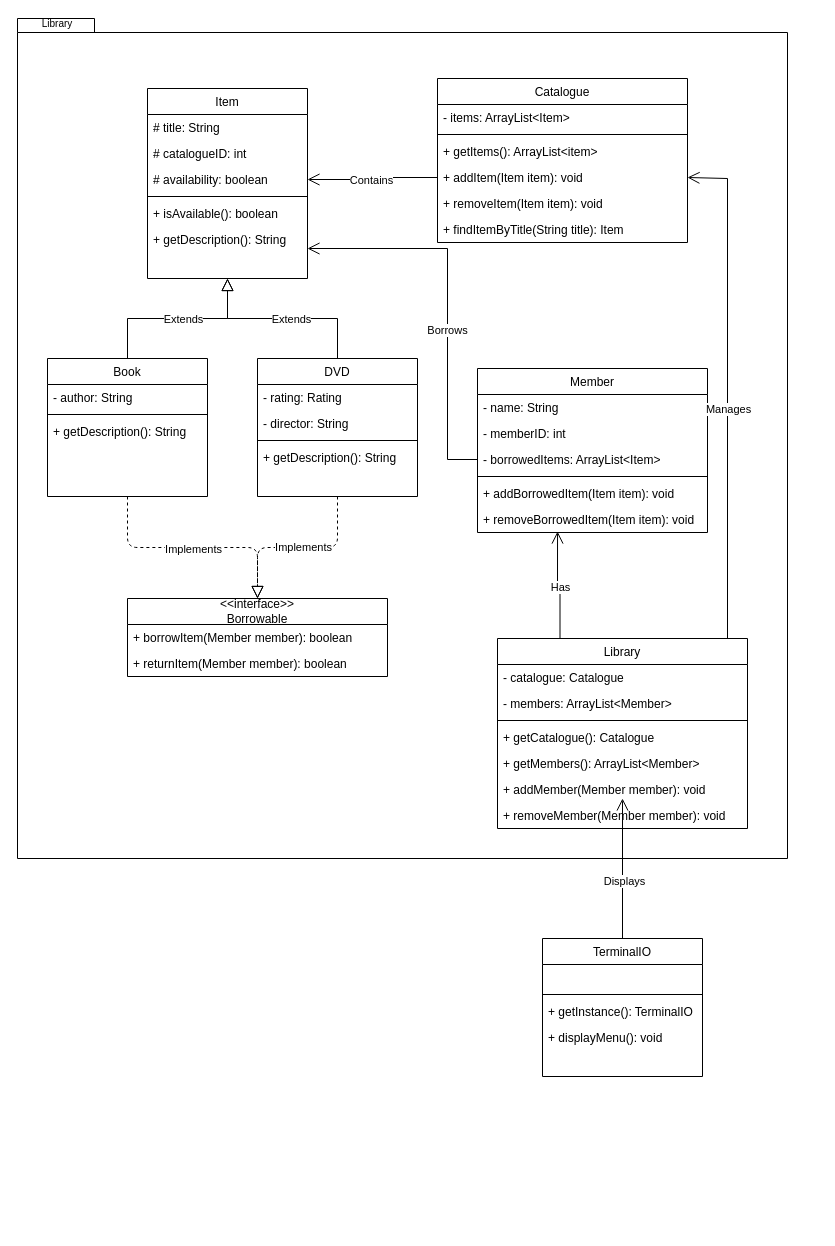
This is Documentation/class_diagram.drawio from josiahschuller/integradev-task, a draw.io file, before an edit. Source tidied: cells renumbered, new cells numbered last; positions are measured from the earlier drawing's top-left corner, leaving out a move shared by most shapes. Both pictures are drawn from the tidied source at 100%, with x=0, y=0 at pixel (17, 18).
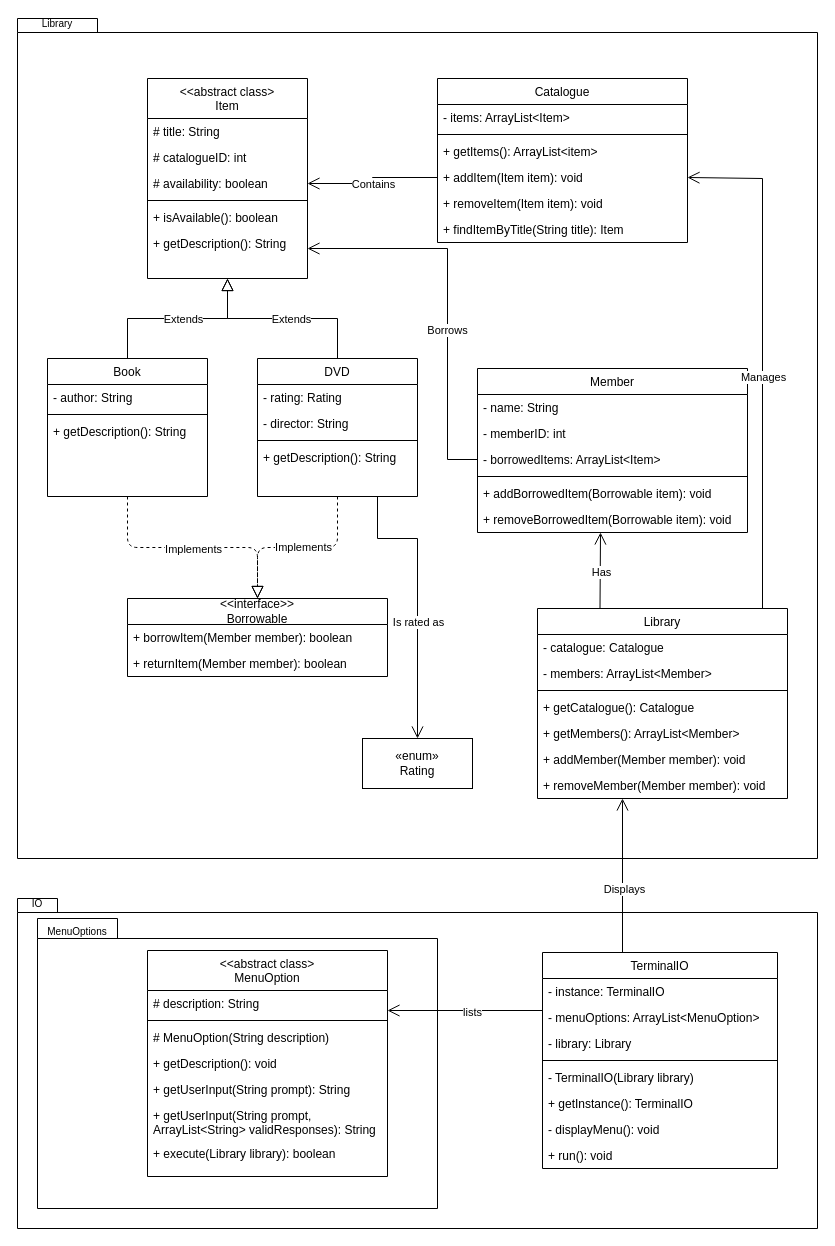
After the change.

Unchanged cells that the change refers to:
```xml
<mxCell id="20" value="DVD" style="swimlane;fontStyle=0;align=center;verticalAlign=top;horizontal=1;startSize=26;rounded=0;shadow=0;strokeWidth=1;" parent="1" vertex="1">
  <mxGeometry x="240" y="340" width="160" height="138" as="geometry" />
</mxCell>
<mxCell id="34" value="+ addItem(Item item): void" style="text;align=left;verticalAlign=top;spacingLeft=4;spacingRight=4;overflow=hidden;points=[[0,0.5],[1,0.5]];portConstraint=eastwest;fontStyle=0;" parent="30" vertex="1">
  <mxGeometry y="86" width="250" height="26" as="geometry" />
</mxCell>
```

Change to the diagram source:
```diff
@@
+    <mxCell id="68" style="shape=folder;fontStyle=1;spacingTop=10;tabWidth=40;tabHeight=14;tabPosition=left;html=1;whiteSpace=wrap;" parent="1" vertex="1">
+      <mxGeometry y="880" width="800" height="330" as="geometry" />
+    </mxCell>
+    <mxCell id="69" style="shape=folder;fontStyle=1;spacingTop=10;tabWidth=80;tabHeight=20;tabPosition=left;html=1;whiteSpace=wrap;" parent="1" vertex="1">
+      <mxGeometry x="20" y="900" width="400" height="290" as="geometry" />
+    </mxCell>
     <mxCell id="2" style="shape=folder;fontStyle=1;spacingTop=10;tabWidth=40;tabHeight=14;tabPosition=left;html=1;whiteSpace=wrap;" parent="1" vertex="1">
-      <mxGeometry width="770" height="840" as="geometry" />
+      <mxGeometry width="800" height="840" as="geometry" />
     </mxCell>
-    <mxCell id="3" value="Item" style="swimlane;fontStyle=0;align=center;verticalAlign=top;horizontal=1;startSize=26;rounded=0;shadow=0;strokeWidth=1;" parent="1" vertex="1">
-      <mxGeometry x="130" y="70" width="160" height="190" as="geometry" />
+    <mxCell id="3" value="&lt;&lt;abstract class&gt;&#10;Item" style="swimlane;fontStyle=0;align=center;verticalAlign=top;horizontal=1;startSize=40;rounded=0;shadow=0;strokeWidth=1;" parent="1" vertex="1">
+      <mxGeometry x="130" y="60" width="160" height="200" as="geometry" />
     </mxCell>
     <mxCell id="4" value="# title: String" style="text;align=left;verticalAlign=top;spacingLeft=4;spacingRight=4;overflow=hidden;" parent="3" vertex="1">
-      <mxGeometry y="26" width="160" height="26" as="geometry" />
+      <mxGeometry y="40" width="160" height="26" as="geometry" />
     </mxCell>
     <mxCell id="5" value="# catalogueID: int" style="text;align=left;verticalAlign=top;spacingLeft=4;spacingRight=4;overflow=hidden;" parent="3" vertex="1">
-      <mxGeometry y="52" width="160" height="26" as="geometry" />
+      <mxGeometry y="66" width="160" height="26" as="geometry" />
     </mxCell>
     <mxCell id="6" value="# availability: boolean" style="text;align=left;verticalAlign=top;spacingLeft=4;spacingRight=4;overflow=hidden;points=[[0,0.5],[1,0.5]];portConstraint=eastwest;rounded=0;shadow=0;html=0;" parent="3" vertex="1">
-      <mxGeometry y="78" width="160" height="26" as="geometry" />
+      <mxGeometry y="92" width="160" height="26" as="geometry" />
     </mxCell>
     <mxCell id="7" style="line;html=1;strokeWidth=1;align=left;verticalAlign=middle;spacingTop=-1;spacingLeft=3;spacingRight=3;labelPosition=right;" parent="3" vertex="1">
-      <mxGeometry y="104" width="160" height="8" as="geometry" />
+      <mxGeometry y="118" width="160" height="8" as="geometry" />
     </mxCell>
     <mxCell id="8" value="+ isAvailable(): boolean" style="text;align=left;verticalAlign=top;spacingLeft=4;spacingRight=4;overflow=hidden;" parent="3" vertex="1">
-      <mxGeometry y="112" width="160" height="26" as="geometry" />
+      <mxGeometry y="126" width="160" height="26" as="geometry" />
     </mxCell>
     <mxCell id="9" value="+ getDescription(): String" style="text;align=left;verticalAlign=top;spacingLeft=4;spacingRight=4;overflow=hidden;" parent="3" vertex="1">
-      <mxGeometry y="138" width="160" height="26" as="geometry" />
+      <mxGeometry y="152" width="160" height="26" as="geometry" />
     </mxCell>
@@
+    <mxCell id="70" style="edgeStyle=orthogonalEdgeStyle;rounded=0;jettySize=auto;html=1;exitX=0.75;exitY=1;exitDx=0;exitDy=0;entryX=0.5;entryY=0;entryDx=0;entryDy=0;endArrow=open;endFill=0;endSize=10;" parent="1" edge="1" source="20" target="76">
+      <mxGeometry relative="1" as="geometry">
+        <Array as="points">
+          <mxPoint x="360" y="520" />
+          <mxPoint x="400" y="520" />
+          <mxPoint x="400" y="720" />
+        </Array>
+      </mxGeometry>
+    </mxCell>
+    <mxCell id="71" value="Is rated as" style="edgeLabel;html=1;align=center;verticalAlign=middle;" parent="70" vertex="1">
+      <mxGeometry x="0.17" relative="1" as="geometry" />
+    </mxCell>
@@
     <mxCell id="39" value="Member" style="swimlane;fontStyle=0;align=center;verticalAlign=top;horizontal=1;startSize=26;rounded=0;shadow=0;strokeWidth=1;" parent="1" vertex="1">
-      <mxGeometry x="460" y="350" width="230" height="164" as="geometry" />
+      <mxGeometry x="460" y="350" width="270" height="164" as="geometry" />
     </mxCell>
     <mxCell id="40" value="- name: String" style="text;align=left;verticalAlign=top;spacingLeft=4;spacingRight=4;overflow=hidden;" parent="39" vertex="1">
-      <mxGeometry y="26" width="230" height="26" as="geometry" />
+      <mxGeometry y="26" width="270" height="26" as="geometry" />
     </mxCell>
     <mxCell id="41" value="- memberID: int" style="text;align=left;verticalAlign=top;spacingLeft=4;spacingRight=4;overflow=hidden;" parent="39" vertex="1">
-      <mxGeometry y="52" width="230" height="26" as="geometry" />
+      <mxGeometry y="52" width="270" height="26" as="geometry" />
     </mxCell>
     <mxCell id="42" value="- borrowedItems: ArrayList&lt;Item&gt;" style="text;align=left;verticalAlign=top;spacingLeft=4;spacingRight=4;overflow=hidden;points=[[0,0.5],[1,0.5]];portConstraint=eastwest;" parent="39" vertex="1">
-      <mxGeometry y="78" width="230" height="26" as="geometry" />
+      <mxGeometry y="78" width="270" height="26" as="geometry" />
     </mxCell>
     <mxCell id="43" style="line;html=1;strokeWidth=1;align=left;verticalAlign=middle;spacingTop=-1;spacingLeft=3;spacingRight=3;labelPosition=right;" parent="39" vertex="1">
-      <mxGeometry y="104" width="230" height="8" as="geometry" />
+      <mxGeometry y="104" width="270" height="8" as="geometry" />
     </mxCell>
-    <mxCell id="44" value="+ addBorrowedItem(Item item): void" style="text;align=left;verticalAlign=top;spacingLeft=4;spacingRight=4;overflow=hidden;fontStyle=0;" parent="39" vertex="1">
-      <mxGeometry y="112" width="230" height="26" as="geometry" />
+    <mxCell id="44" value="+ addBorrowedItem(Borrowable item): void" style="text;align=left;verticalAlign=top;spacingLeft=4;spacingRight=4;overflow=hidden;fontStyle=0;" parent="39" vertex="1">
+      <mxGeometry y="112" width="270" height="26" as="geometry" />
     </mxCell>
-    <mxCell id="45" value="+ removeBorrowedItem(Item item): void" style="text;align=left;verticalAlign=top;spacingLeft=4;spacingRight=4;overflow=hidden;points=[[0,0.5],[1,0.5]];portConstraint=eastwest;fontStyle=0;" parent="39" vertex="1">
-      <mxGeometry y="138" width="230" height="26" as="geometry" />
+    <mxCell id="45" value="+ removeBorrowedItem(Borrowable item): void" style="text;align=left;verticalAlign=top;spacingLeft=4;spacingRight=4;overflow=hidden;points=[[0,0.5],[1,0.5]];portConstraint=eastwest;fontStyle=0;" parent="39" vertex="1">
+      <mxGeometry y="138" width="270" height="26" as="geometry" />
     </mxCell>
@@
-    <mxCell id="48" style="edgeStyle=orthogonalEdgeStyle;rounded=0;jettySize=auto;html=1;entryX=1;entryY=0.5;entryDx=0;entryDy=0;endSize=10;endArrow=open;endFill=0;" parent="1" edge="1" source="50" target="34">
+    <mxCell id="48" style="edgeStyle=orthogonalEdgeStyle;rounded=0;jettySize=auto;html=1;entryX=1;entryY=0.5;entryDx=0;entryDy=0;endSize=10;endArrow=open;endFill=0;" parent="1" edge="1" target="34">
       <mxGeometry relative="1" as="geometry">
+        <mxPoint x="745" y="590" as="sourcePoint" />
         <Array as="points">
-          <mxPoint x="710" y="160" />
+          <mxPoint x="745" y="160" />
         </Array>
       </mxGeometry>
     </mxCell>
@@
     <mxCell id="50" value="Library" style="swimlane;fontStyle=0;align=center;verticalAlign=top;horizontal=1;startSize=26;rounded=0;shadow=0;strokeWidth=1;" parent="1" vertex="1">
-      <mxGeometry x="480" y="620" width="250" height="190" as="geometry" />
+      <mxGeometry x="520" y="590" width="250" height="190" as="geometry" />
     </mxCell>
@@
-    <mxCell id="58" style="edgeStyle=orthogonalEdgeStyle;rounded=0;jettySize=auto;html=1;exitX=0.25;exitY=0;exitDx=0;exitDy=0;entryX=0.348;entryY=0.962;entryDx=0;entryDy=0;entryPerimeter=0;endArrow=open;endFill=0;endSize=10;" parent="1" edge="1" source="50" target="45">
+    <mxCell id="58" style="rounded=0;jettySize=auto;html=1;exitX=0.25;exitY=0;exitDx=0;exitDy=0;endArrow=open;endFill=0;endSize=10;edgeStyle=elbowEdgeStyle;" parent="1" edge="1" source="50" target="45">
       <mxGeometry relative="1" as="geometry" />
     </mxCell>
@@
     <mxCell id="61" value="TerminalIO" style="swimlane;fontStyle=0;align=center;verticalAlign=top;horizontal=1;startSize=26;rounded=0;shadow=0;strokeWidth=1;" parent="1" vertex="1">
-      <mxGeometry x="525" y="920" width="160" height="138" as="geometry" />
+      <mxGeometry x="525" y="934" width="235" height="216" as="geometry" />
     </mxCell>
+    <mxCell id="72" value="- instance: TerminalIO" style="text;align=left;verticalAlign=top;spacingLeft=4;spacingRight=4;overflow=hidden;" parent="61" vertex="1">
+      <mxGeometry y="26" width="235" height="26" as="geometry" />
+    </mxCell>
-    <mxCell id="62" value=" " style="text;align=left;verticalAlign=top;spacingLeft=4;spacingRight=4;overflow=hidden;points=[[0,0.5],[1,0.5]];portConstraint=eastwest;" parent="61" vertex="1">
-      <mxGeometry y="26" width="160" height="26" as="geometry" />
+    <mxCell id="62" value="- menuOptions: ArrayList&lt;MenuOption&gt;" style="text;align=left;verticalAlign=top;spacingLeft=4;spacingRight=4;overflow=hidden;points=[[0,0.5],[1,0.5]];portConstraint=eastwest;" parent="61" vertex="1">
+      <mxGeometry y="52" width="235" height="26" as="geometry" />
     </mxCell>
+    <mxCell id="73" value="- library: Library" style="text;align=left;verticalAlign=top;spacingLeft=4;spacingRight=4;overflow=hidden;" parent="61" vertex="1">
+      <mxGeometry y="78" width="235" height="26" as="geometry" />
+    </mxCell>
     <mxCell id="63" style="line;html=1;strokeWidth=1;align=left;verticalAlign=middle;spacingTop=-1;spacingLeft=3;spacingRight=3;labelPosition=right;" parent="61" vertex="1">
-      <mxGeometry y="52" width="160" height="8" as="geometry" />
+      <mxGeometry y="104" width="235" height="8" as="geometry" />
     </mxCell>
+    <mxCell id="74" value="- TerminalIO(Library library)" style="text;align=left;verticalAlign=top;spacingLeft=4;spacingRight=4;overflow=hidden;fontStyle=0;" parent="61" vertex="1">
+      <mxGeometry y="112" width="235" height="26" as="geometry" />
+    </mxCell>
     <mxCell id="64" value="+ getInstance(): TerminalIO" style="text;align=left;verticalAlign=top;spacingLeft=4;spacingRight=4;overflow=hidden;fontStyle=0;" parent="61" vertex="1">
-      <mxGeometry y="60" width="160" height="26" as="geometry" />
+      <mxGeometry y="138" width="235" height="26" as="geometry" />
     </mxCell>
-    <mxCell id="65" value="+ displayMenu(): void" style="text;align=left;verticalAlign=top;spacingLeft=4;spacingRight=4;overflow=hidden;fontStyle=0;" parent="61" vertex="1">
-      <mxGeometry y="86" width="160" height="26" as="geometry" />
+    <mxCell id="65" value="- displayMenu(): void" style="text;align=left;verticalAlign=top;spacingLeft=4;spacingRight=4;overflow=hidden;fontStyle=0;" parent="61" vertex="1">
+      <mxGeometry y="164" width="235" height="26" as="geometry" />
     </mxCell>
+    <mxCell id="75" value="+ run(): void" style="text;align=left;verticalAlign=top;spacingLeft=4;spacingRight=4;overflow=hidden;fontStyle=0;" parent="61" vertex="1">
+      <mxGeometry y="190" width="235" height="26" as="geometry" />
+    </mxCell>
@@
+    <mxCell id="76" value="«enum»&lt;br&gt;Rating" style="html=1;whiteSpace=wrap;" parent="1" vertex="1">
+      <mxGeometry x="345" y="720" width="110" height="50" as="geometry" />
+    </mxCell>
+    <mxCell id="77" value="&lt;&lt;abstract class&gt;&#10;MenuOption" style="swimlane;fontStyle=0;align=center;verticalAlign=top;horizontal=1;startSize=40;rounded=0;shadow=0;strokeWidth=1;whiteSpace=wrap;" parent="1" vertex="1">
+      <mxGeometry x="130" y="932" width="240" height="226" as="geometry" />
+    </mxCell>
+    <mxCell id="78" value="# description: String" style="text;align=left;verticalAlign=top;spacingLeft=4;spacingRight=4;overflow=hidden;points=[[0,0.5],[1,0.5]];portConstraint=eastwest;rounded=0;shadow=0;html=0;" parent="77" vertex="1">
+      <mxGeometry y="40" width="240" height="26" as="geometry" />
+    </mxCell>
+    <mxCell id="79" style="line;html=1;strokeWidth=1;align=left;verticalAlign=middle;spacingTop=-1;spacingLeft=3;spacingRight=3;labelPosition=right;" parent="77" vertex="1">
+      <mxGeometry y="66" width="240" height="8" as="geometry" />
+    </mxCell>
+    <mxCell id="80" value="# MenuOption(String description)" style="text;align=left;verticalAlign=top;spacingLeft=4;spacingRight=4;overflow=hidden;" parent="77" vertex="1">
+      <mxGeometry y="74" width="240" height="26" as="geometry" />
+    </mxCell>
+    <mxCell id="81" value="+ getDescription(): void" style="text;align=left;verticalAlign=top;spacingLeft=4;spacingRight=4;overflow=hidden;" parent="77" vertex="1">
+      <mxGeometry y="100" width="240" height="26" as="geometry" />
+    </mxCell>
+    <mxCell id="82" value="+ getUserInput(String prompt): String" style="text;align=left;verticalAlign=top;spacingLeft=4;spacingRight=4;overflow=hidden;" parent="77" vertex="1">
+      <mxGeometry y="126" width="240" height="26" as="geometry" />
+    </mxCell>
+    <mxCell id="83" value="+ getUserInput(String prompt, ArrayList&lt;String&gt; validResponses): String" style="text;align=left;verticalAlign=top;spacingLeft=4;spacingRight=4;overflow=hidden;whiteSpace=wrap;" parent="77" vertex="1">
+      <mxGeometry y="152" width="240" height="38" as="geometry" />
+    </mxCell>
+    <mxCell id="84" value="+ execute(Library library): boolean" style="text;align=left;verticalAlign=top;spacingLeft=4;spacingRight=4;overflow=hidden;" parent="77" vertex="1">
+      <mxGeometry y="190" width="240" height="26" as="geometry" />
+    </mxCell>
+    <mxCell id="85" style="edgeStyle=elbowEdgeStyle;rounded=0;jettySize=auto;html=1;elbow=vertical;endArrow=open;endFill=0;endSize=10;" parent="1" edge="1" source="62" target="78">
+      <mxGeometry relative="1" as="geometry" />
+    </mxCell>
+    <mxCell id="86" value="lists" style="edgeLabel;html=1;align=center;verticalAlign=middle;" parent="85" vertex="1">
+      <mxGeometry x="-0.08" y="1" relative="1" as="geometry" />
+    </mxCell>
+    <mxCell id="87" value="IO" style="text;html=1;align=center;verticalAlign=middle;whiteSpace=wrap;rounded=0;fontSize=10;" parent="1" vertex="1">
+      <mxGeometry y="880" width="40" height="10" as="geometry" />
+    </mxCell>
+    <mxCell id="88" value="MenuOptions" style="text;html=1;align=center;verticalAlign=middle;whiteSpace=wrap;rounded=0;fontSize=10;" parent="1" vertex="1">
+      <mxGeometry x="40" y="908" width="40" height="10" as="geometry" />
+    </mxCell>
```
